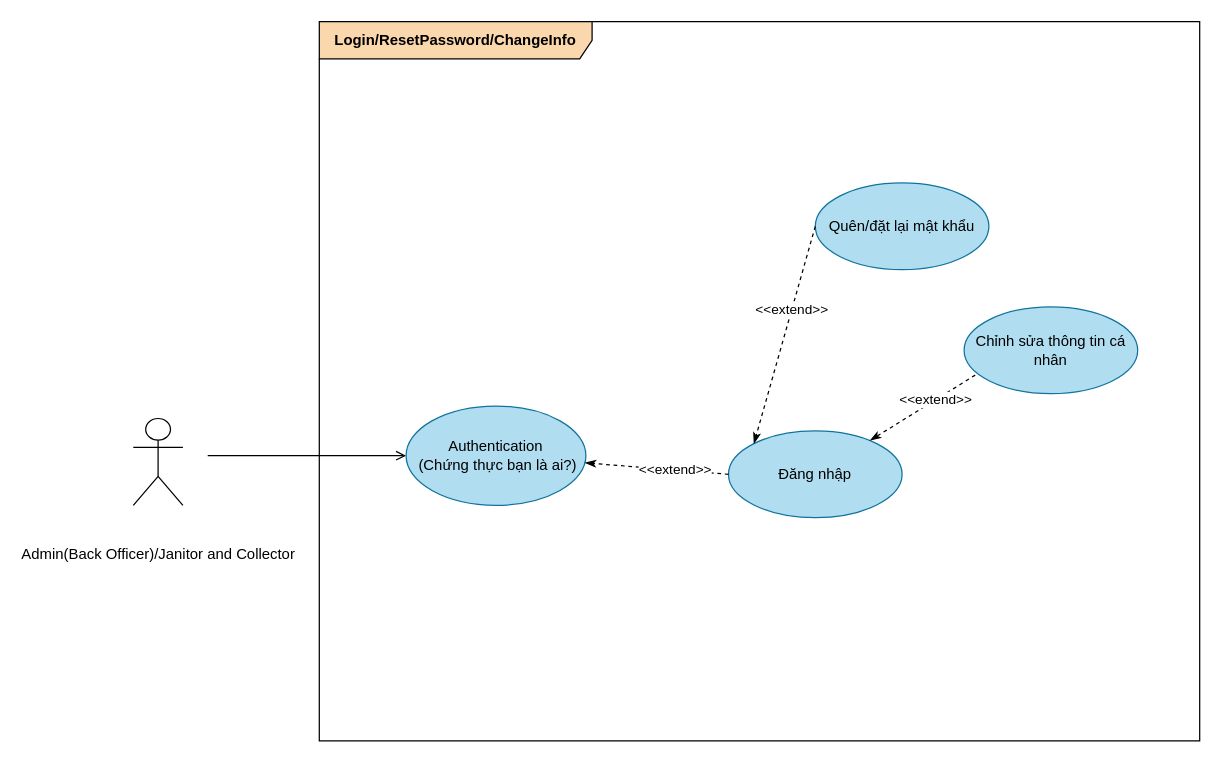
astr0tas/SE-with-Da-Bois---UWC-2.0 keeps this draw.io diagram as Task 1/1.3/Login, Logout, Reset password.drawio. Above is the earlier version. Source tidied: cells renumbered, new cells numbered last; positions are measured from the earlier drawing's top-left corner, leaving out a move shared by most shapes. Both pictures are drawn from the tidied source at 124%, with x=0, y=0 at pixel (133, 21).
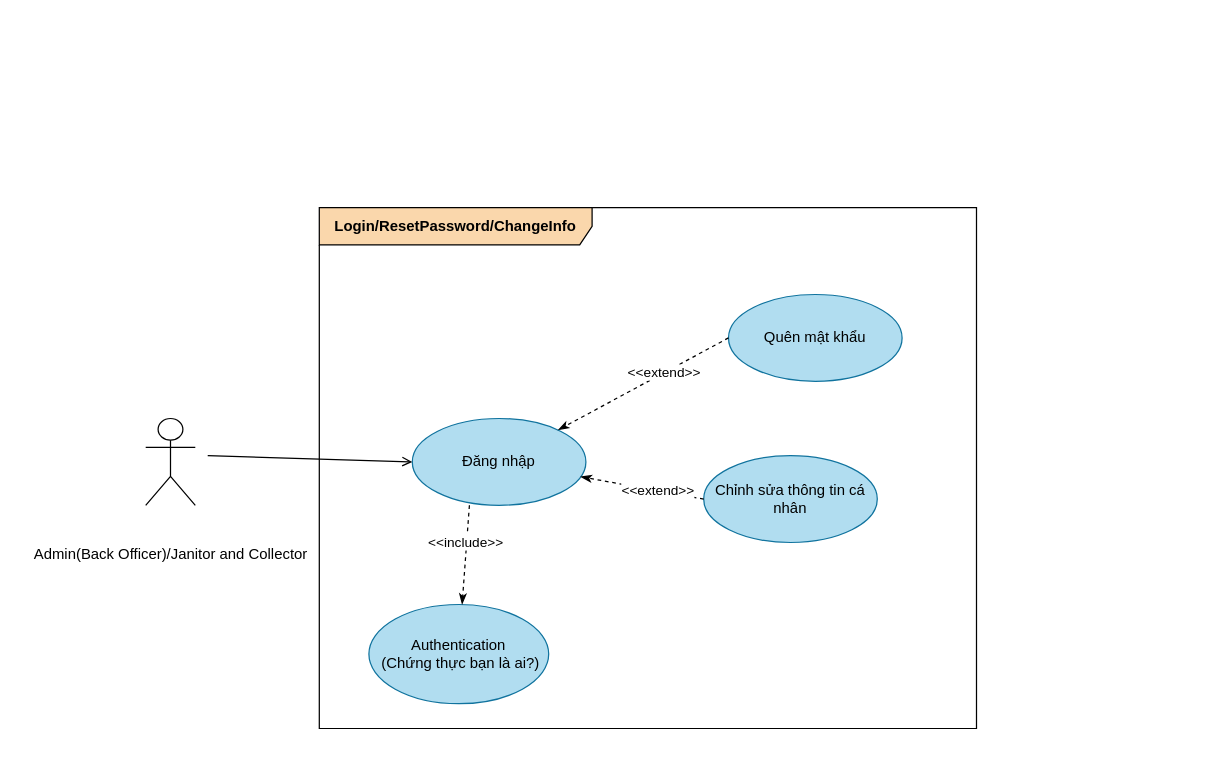
After the change.

The edit, as a diff of the source:
```diff
@@
 <mxGraphModel>
   <root>
     <mxCell id="0" />
     <mxCell id="1" parent="0" />
     <mxCell id="2" value="&lt;br&gt;&lt;table align=&quot;center&quot; cellpadding=&quot;0&quot; cellspacing=&quot;0&quot;&gt; &lt;tbody&gt;&lt;tr&gt;  &lt;td align=&quot;left&quot; valign=&quot;top&quot;&gt;&lt;p class=&quot;MsoNormal&quot;&gt;&lt;span style=&quot;background-color: initial; text-align: center;&quot;&gt;Admin(Back Officer)/&lt;/span&gt;&lt;span&gt;Janitor and Collector&lt;/span&gt;&lt;/p&gt;  &lt;/td&gt; &lt;/tr&gt;&lt;/tbody&gt;&lt;/table&gt;" style="shape=umlActor;verticalLabelPosition=bottom;verticalAlign=top;html=1;" parent="1" vertex="1">
-      <mxGeometry y="320" width="40" height="70" as="geometry" />
+      <mxGeometry x="10" y="320" width="40" height="70" as="geometry" />
     </mxCell>
     <mxCell id="3" value="&lt;b&gt;Login/ResetPassword/ChangeInfo&lt;/b&gt;" style="shape=umlFrame;whiteSpace=wrap;html=1;width=220;height=30;fillColor=#fad7ac;strokeColor=#000000;" parent="1" vertex="1">
-      <mxGeometry x="150" width="710" height="580" as="geometry" />
+      <mxGeometry x="150" y="150" width="530" height="420" as="geometry" />
     </mxCell>
     <mxCell id="4" value="Đăng nhập" style="ellipse;whiteSpace=wrap;html=1;fillColor=#b1ddf0;strokeColor=#10739e;" parent="1" vertex="1">
-      <mxGeometry x="480" y="330" width="140" height="70" as="geometry" />
+      <mxGeometry x="225" y="320" width="140" height="70" as="geometry" />
     </mxCell>
-    <mxCell id="5" style="endArrow=open;endFill=1;html=1;rounded=0;" parent="1" edge="1">
+    <mxCell id="5" style="endArrow=open;endFill=1;html=1;rounded=0;entryX=0;entryY=0.5;entryDx=0;entryDy=0;" parent="1" edge="1" target="4">
       <mxGeometry relative="1" as="geometry">
         <mxPoint x="60" y="350" as="sourcePoint" />
-        <mxPoint x="220" y="350" as="targetPoint" />
       </mxGeometry>
     </mxCell>
-    <mxCell id="6" value="Quên/đặt lại mật khẩu" style="ellipse;whiteSpace=wrap;html=1;fillColor=#b1ddf0;strokeColor=#10739e;" parent="1" vertex="1">
-      <mxGeometry x="550" y="130" width="140" height="70" as="geometry" />
+    <mxCell id="6" value="Quên mật khẩu" style="ellipse;whiteSpace=wrap;html=1;fillColor=#b1ddf0;strokeColor=#10739e;" parent="1" vertex="1">
+      <mxGeometry x="480" y="220" width="140" height="70" as="geometry" />
     </mxCell>
-    <mxCell id="7" style="endArrow=classicThin;dashed=1;endFill=1;html=1;rounded=0;exitX=0;exitY=0.5;exitDx=0;exitDy=0;entryX=0;entryY=0;entryDx=0;entryDy=0;" parent="1" edge="1" source="6" target="4">
+    <mxCell id="7" style="endArrow=classicThin;dashed=1;endFill=1;html=1;rounded=0;exitX=0;exitY=0.5;exitDx=0;exitDy=0;" parent="1" edge="1" source="6" target="4">
       <mxGeometry relative="1" as="geometry" />
     </mxCell>
     <mxCell id="8" value="&amp;lt;&amp;lt;extend&amp;gt;&amp;gt;" style="edgeLabel;html=1;align=center;verticalAlign=middle;" parent="7" vertex="1">
       <mxGeometry x="-0.24" y="-1" relative="1" as="geometry" />
     </mxCell>
     <mxCell id="9" value="Authentication&lt;br&gt;&amp;nbsp;(Chứng thực bạn là ai?)" style="ellipse;whiteSpace=wrap;html=1;fillColor=#b1ddf0;strokeColor=#10739e;" parent="1" vertex="1">
-      <mxGeometry x="220" y="310" width="145" height="80" as="geometry" />
+      <mxGeometry x="190" y="470" width="145" height="80" as="geometry" />
     </mxCell>
-    <mxCell id="10" style="endArrow=classicThin;dashed=1;endFill=1;html=1;rounded=0;exitX=0;exitY=0.5;exitDx=0;exitDy=0;" parent="1" edge="1" source="4" target="9">
+    <mxCell id="10" style="endArrow=classicThin;dashed=1;endFill=1;html=1;rounded=0;exitX=0.329;exitY=1;exitDx=0;exitDy=0;exitPerimeter=0;" parent="1" edge="1" source="4" target="9">
       <mxGeometry relative="1" as="geometry" />
     </mxCell>
-    <mxCell id="11" value="&amp;lt;&amp;lt;extend&amp;gt;&amp;gt;" style="edgeLabel;html=1;align=center;verticalAlign=middle;" parent="10" vertex="1">
+    <mxCell id="11" value="&amp;lt;&amp;lt;include&amp;gt;&amp;gt;" style="edgeLabel;html=1;align=center;verticalAlign=middle;" parent="10" vertex="1">
       <mxGeometry x="-0.24" y="-1" relative="1" as="geometry" />
     </mxCell>
     <mxCell id="12" value="Chỉnh sửa thông tin cá nhân" style="ellipse;whiteSpace=wrap;html=1;fillColor=#b1ddf0;strokeColor=#10739e;" parent="1" vertex="1">
-      <mxGeometry x="670" y="230" width="140" height="70" as="geometry" />
+      <mxGeometry x="460" y="350" width="140" height="70" as="geometry" />
     </mxCell>
-    <mxCell id="13" style="endArrow=classicThin;dashed=1;endFill=1;html=1;rounded=0;exitX=0.064;exitY=0.786;exitDx=0;exitDy=0;exitPerimeter=0;" parent="1" edge="1" source="12" target="4">
+    <mxCell id="13" style="endArrow=classicThin;dashed=1;endFill=1;html=1;rounded=0;exitX=0;exitY=0.5;exitDx=0;exitDy=0;" parent="1" edge="1" source="12" target="4">
       <mxGeometry relative="1" as="geometry" />
     </mxCell>
     <mxCell id="14" value="&amp;lt;&amp;lt;extend&amp;gt;&amp;gt;" style="edgeLabel;html=1;align=center;verticalAlign=middle;" parent="13" vertex="1">
       <mxGeometry x="-0.24" y="-1" relative="1" as="geometry" />
     </mxCell>
   </root>
 </mxGraphModel>
```
